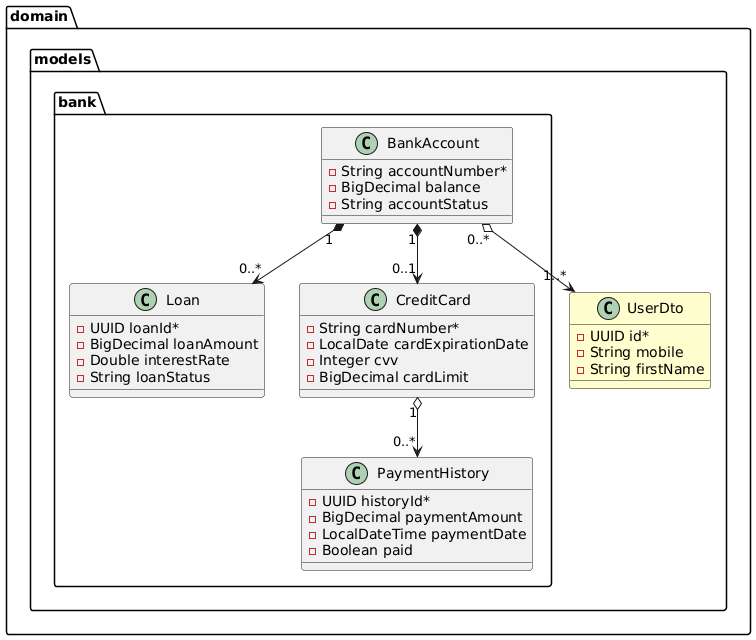
This is docs/bank.png from miw-upm/apaw-practice, a PlantUML export, as it was before one commit.
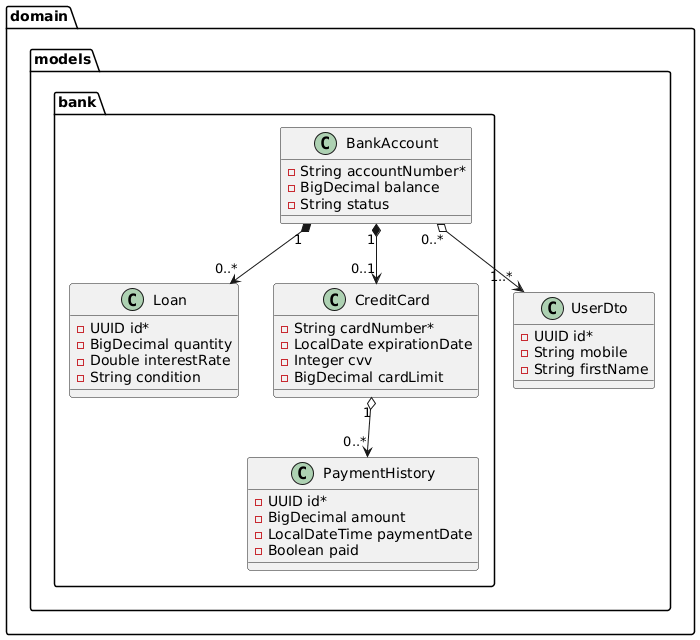
After the commit.

Commit message:
corrected Bank model and diagram #1158

The edit, as a diff of the source:
```diff
@@ -4,26 +4,26 @@
     class BankAccount {
        - String accountNumber*
        - BigDecimal balance
-       - String accountStatus
+       - String status
     }
 
     class Loan {
-       - UUID loanId*
-       - BigDecimal loanAmount
+       - UUID id*
+       - BigDecimal quantity
        - Double interestRate
-       - String loanStatus
+       - String condition
     }
 
     class CreditCard {
        - String cardNumber*
-       - LocalDate cardExpirationDate
+       - LocalDate expirationDate
        - Integer cvv
        - BigDecimal cardLimit
     }
 
     class PaymentHistory{
-        - UUID historyId*
-        - BigDecimal paymentAmount
+        - UUID id*
+        - BigDecimal amount
         - LocalDateTime paymentDate
         - Boolean paid
     }
@@ -36,7 +36,7 @@
 }
 
 package domain.models{
-    class UserDto #FEFECE{
+    class UserDto {
       - UUID id*
       - String mobile
       - String firstName
```
